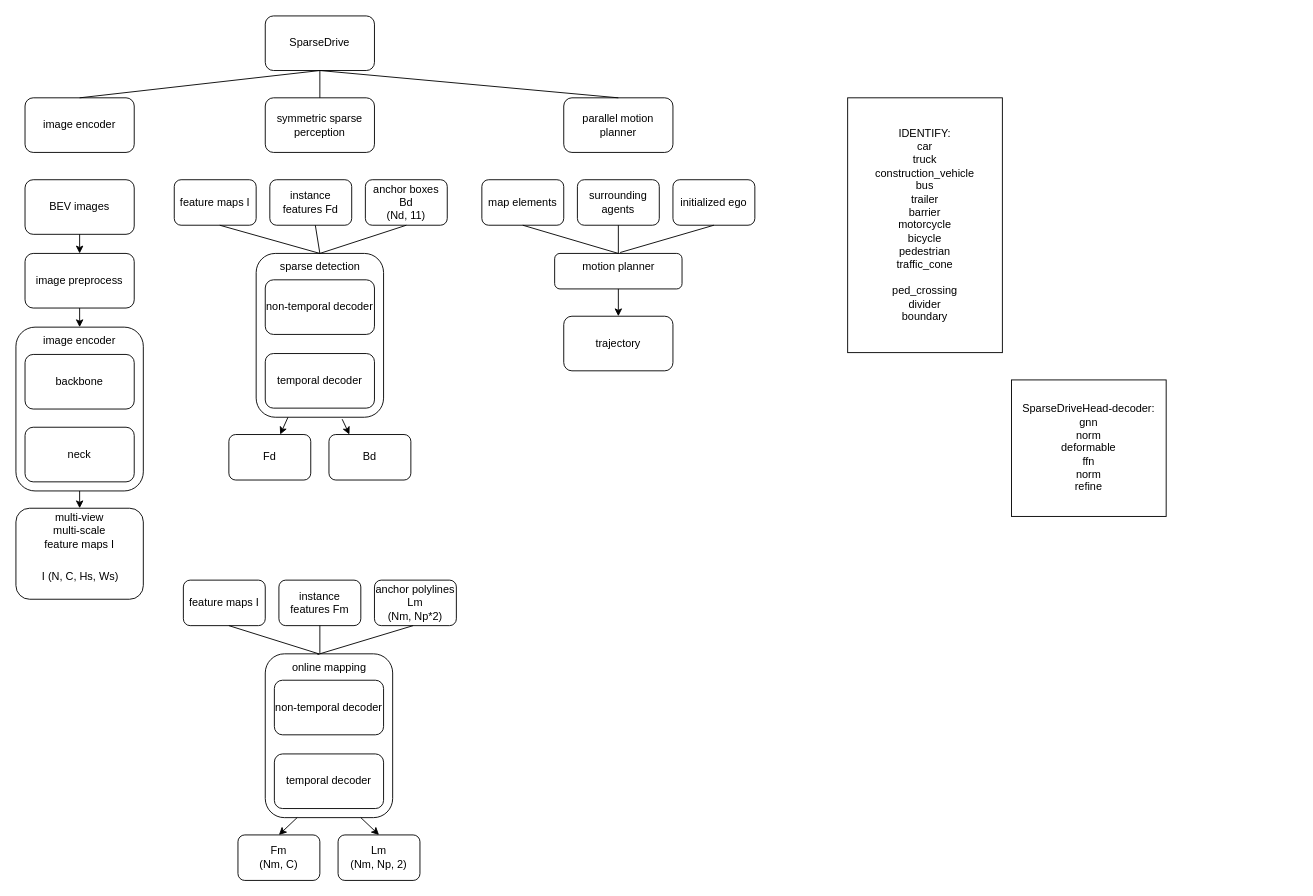
This is sparsedrive.drawio from wxxsusie/files, a draw.io file, before an edit. Source tidied: cells renumbered, new cells numbered last; positions are measured from the earlier drawing's top-left corner, leaving out a move shared by most shapes. Both pictures are drawn from the tidied source at 91%, with x=0, y=0 at pixel (15, 15).
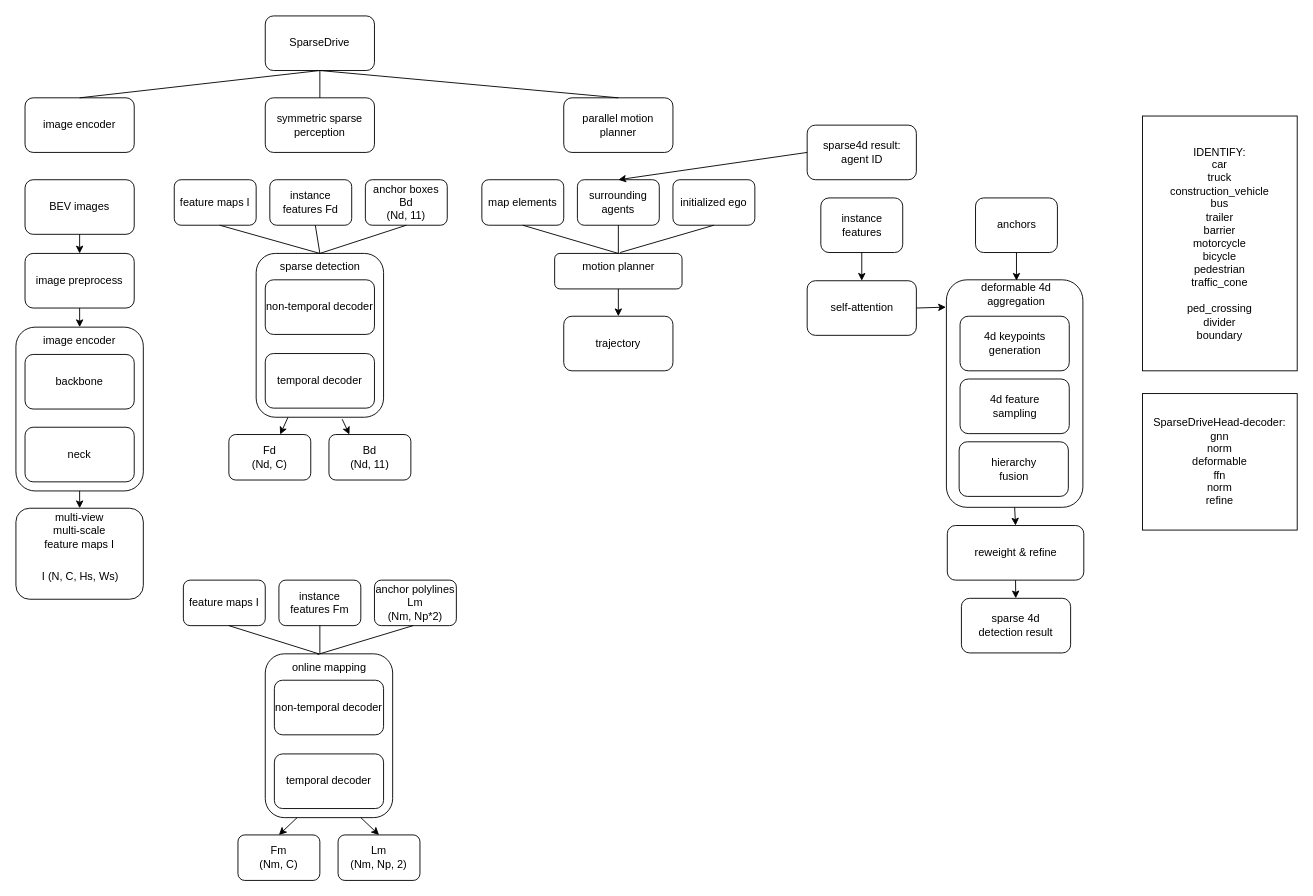
Above is the later version.

Unchanged cells that the change refers to:
```xml
<mxCell id="21" value="surrounding agents" style="rounded=1;whiteSpace=wrap;html=1;" parent="1" vertex="1">
  <mxGeometry x="617" y="180" width="90" height="50" as="geometry" />
</mxCell>
```

Diff of the diagram source:
```diff
@@
-    <mxCell id="16" value="&lt;div&gt;Fd&lt;/div&gt;" style="rounded=1;whiteSpace=wrap;html=1;" parent="1" vertex="1">
+    <mxCell id="16" value="&lt;div&gt;Fd&lt;/div&gt;&lt;div&gt;(Nd, C)&lt;/div&gt;" style="rounded=1;whiteSpace=wrap;html=1;" parent="1" vertex="1">
       <mxGeometry x="234" y="460" width="90" height="50" as="geometry" />
     </mxCell>
-    <mxCell id="17" value="&lt;div&gt;Bd&lt;/div&gt;" style="rounded=1;whiteSpace=wrap;html=1;" parent="1" vertex="1">
+    <mxCell id="17" value="&lt;div&gt;Bd&lt;/div&gt;&lt;div&gt;(Nd, 11)&lt;/div&gt;" style="rounded=1;whiteSpace=wrap;html=1;" parent="1" vertex="1">
       <mxGeometry x="344" y="460" width="90" height="50" as="geometry" />
     </mxCell>
@@
     <mxCell id="38" value="&lt;div&gt;IDENTIFY:&lt;/div&gt;car&lt;div&gt;truck&lt;/div&gt;&lt;div&gt;construction_vehicle&lt;/div&gt;&lt;div&gt;bus&lt;/div&gt;&lt;div&gt;trailer&lt;/div&gt;&lt;div&gt;barrier&lt;/div&gt;&lt;div&gt;motorcycle&lt;/div&gt;&lt;div&gt;bicycle&lt;/div&gt;&lt;div&gt;pedestrian&lt;/div&gt;&lt;div&gt;traffic_cone&lt;/div&gt;&lt;div&gt;&lt;br&gt;&lt;/div&gt;&lt;div&gt;ped_crossing&lt;/div&gt;&lt;div&gt;divider&lt;/div&gt;&lt;div&gt;boundary&lt;/div&gt;" style="rounded=0;whiteSpace=wrap;html=1;" parent="1" vertex="1">
-      <mxGeometry x="914" y="90" width="170" height="280" as="geometry" />
+      <mxGeometry x="1238" y="110" width="170" height="280" as="geometry" />
     </mxCell>
     <mxCell id="39" value="&lt;div&gt;SparseDriveHead-decoder:&lt;/div&gt;gnn&lt;div&gt;norm&lt;/div&gt;&lt;div&gt;deformable&lt;/div&gt;&lt;div&gt;ffn&lt;/div&gt;&lt;div&gt;norm&lt;/div&gt;&lt;div&gt;refine&lt;/div&gt;" style="rounded=0;whiteSpace=wrap;html=1;" parent="1" vertex="1">
-      <mxGeometry x="1094" y="400" width="170" height="150" as="geometry" />
+      <mxGeometry x="1238" y="415" width="170" height="150" as="geometry" />
     </mxCell>
@@
+    <mxCell id="61" value="instance features" style="rounded=1;whiteSpace=wrap;html=1;" parent="1" vertex="1">
+      <mxGeometry x="884.5" y="200" width="90" height="60" as="geometry" />
+    </mxCell>
+    <mxCell id="62" value="anchors" style="rounded=1;whiteSpace=wrap;html=1;" parent="1" vertex="1">
+      <mxGeometry x="1054.5" y="200" width="90" height="60" as="geometry" />
+    </mxCell>
+    <mxCell id="63" value="self-attention" style="rounded=1;whiteSpace=wrap;html=1;" parent="1" vertex="1">
+      <mxGeometry x="869.5" y="291" width="120" height="60" as="geometry" />
+    </mxCell>
+    <mxCell id="64" style="rounded=1;whiteSpace=wrap;html=1;" parent="1" vertex="1">
+      <mxGeometry x="1022.5" y="290" width="150" height="250" as="geometry" />
+    </mxCell>
+    <mxCell id="65" value="deformable 4d aggregation" style="text;html=1;align=center;verticalAlign=middle;whiteSpace=wrap;rounded=0;" parent="1" vertex="1">
+      <mxGeometry x="1058" y="291" width="83" height="30" as="geometry" />
+    </mxCell>
+    <mxCell id="66" value="4d keypoints generation" style="rounded=1;whiteSpace=wrap;html=1;" parent="1" vertex="1">
+      <mxGeometry x="1037.5" y="330" width="120" height="60" as="geometry" />
+    </mxCell>
+    <mxCell id="67" value="4d feature&lt;br&gt;sampling" style="rounded=1;whiteSpace=wrap;html=1;" parent="1" vertex="1">
+      <mxGeometry x="1037.5" y="399" width="120" height="60" as="geometry" />
+    </mxCell>
+    <mxCell id="68" value="hierarchy&lt;div&gt;fusion&lt;/div&gt;" style="rounded=1;whiteSpace=wrap;html=1;" parent="1" vertex="1">
+      <mxGeometry x="1036.5" y="468" width="120" height="60" as="geometry" />
+    </mxCell>
+    <mxCell id="69" style="endArrow=classic;html=1;rounded=0;exitX=0.5;exitY=1;exitDx=0;exitDy=0;entryX=0.5;entryY=0;entryDx=0;entryDy=0;" parent="1" edge="1" source="61" target="63">
+      <mxGeometry relative="1" as="geometry" />
+    </mxCell>
+    <mxCell id="70" style="endArrow=classic;html=1;rounded=0;exitX=1;exitY=0.5;exitDx=0;exitDy=0;" parent="1" edge="1" source="63">
+      <mxGeometry relative="1" as="geometry">
+        <mxPoint x="1022" y="320" as="targetPoint" />
+      </mxGeometry>
+    </mxCell>
+    <mxCell id="71" style="endArrow=classic;html=1;rounded=0;exitX=0.5;exitY=1;exitDx=0;exitDy=0;entryX=0.5;entryY=0;entryDx=0;entryDy=0;" parent="1" edge="1" source="62" target="65">
+      <mxGeometry relative="1" as="geometry" />
+    </mxCell>
+    <mxCell id="72" value="reweight &amp;amp; refine" style="rounded=1;whiteSpace=wrap;html=1;" parent="1" vertex="1">
+      <mxGeometry x="1023.5" y="560" width="150" height="60" as="geometry" />
+    </mxCell>
+    <mxCell id="73" style="endArrow=classic;html=1;rounded=0;exitX=0.5;exitY=1;exitDx=0;exitDy=0;entryX=0.5;entryY=0;entryDx=0;entryDy=0;" parent="1" edge="1" source="64" target="72">
+      <mxGeometry relative="1" as="geometry" />
+    </mxCell>
+    <mxCell id="74" value="sparse 4d&lt;div&gt;detection result&lt;/div&gt;" style="rounded=1;whiteSpace=wrap;html=1;" parent="1" vertex="1">
+      <mxGeometry x="1039" y="640" width="120" height="60" as="geometry" />
+    </mxCell>
+    <mxCell id="75" style="endArrow=classic;html=1;rounded=0;exitX=0.5;exitY=1;exitDx=0;exitDy=0;" parent="1" edge="1" source="72" target="74">
+      <mxGeometry relative="1" as="geometry" />
+    </mxCell>
+    <mxCell id="76" value="sparse4d result:&lt;div&gt;agent ID&lt;/div&gt;" style="rounded=1;whiteSpace=wrap;html=1;" parent="1" vertex="1">
+      <mxGeometry x="869.5" y="120" width="120" height="60" as="geometry" />
+    </mxCell>
+    <mxCell id="77" style="endArrow=classic;html=1;rounded=0;exitX=0;exitY=0.5;exitDx=0;exitDy=0;entryX=0.5;entryY=0;entryDx=0;entryDy=0;" parent="1" edge="1" source="76" target="21">
+      <mxGeometry relative="1" as="geometry" />
+    </mxCell>
```
